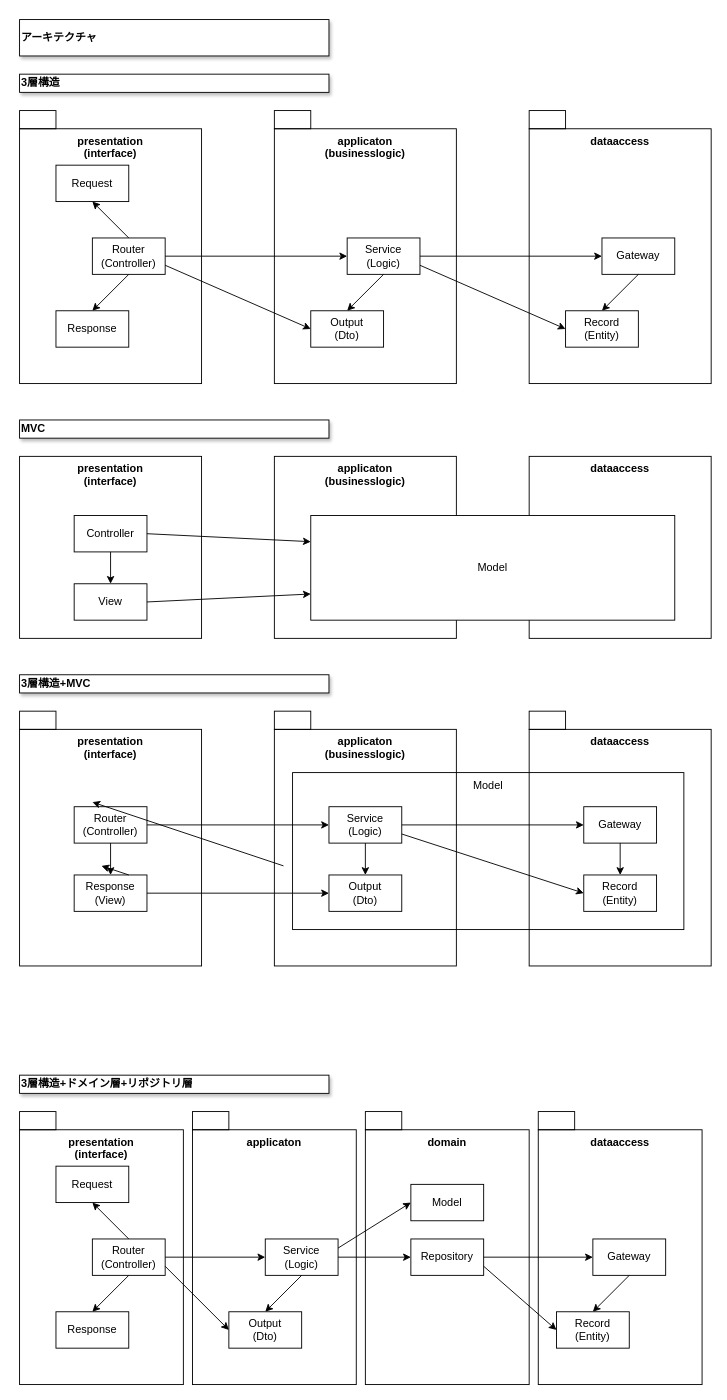
Before: Reversi/docs/100_architecture.drawio in Gunj0/js-memo, a draw.io diagram. Source tidied: cells renumbered, new cells numbered last; positions are measured from the earlier drawing's top-left corner, leaving out a move shared by most shapes. Both pictures are drawn from the tidied source at 91%, with x=0, y=0 at pixel (19, 19).
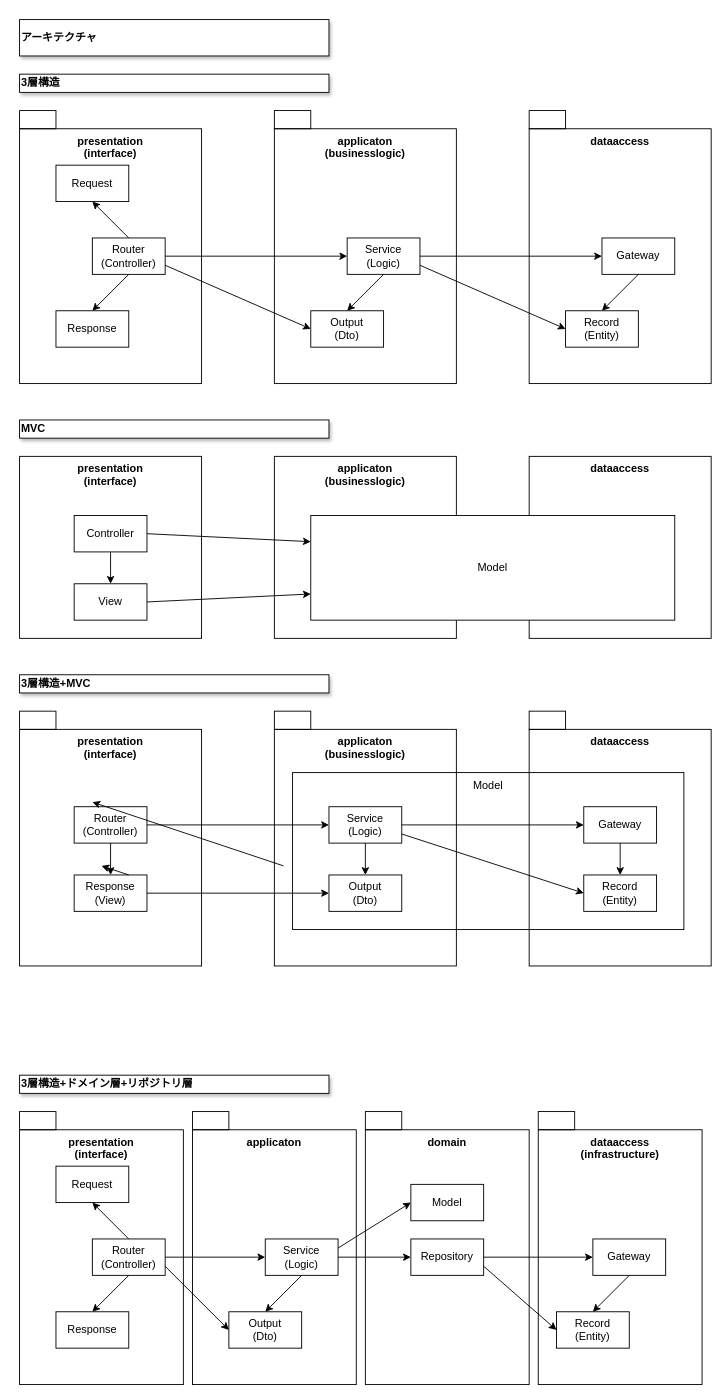
The same diagram, later.

What changed in the source:
```diff
@@
-    <mxCell id="63" value="dataaccess" style="rounded=0;whiteSpace=wrap;html=1;fillColor=none;verticalAlign=top;fontStyle=1;" parent="1" vertex="1">
+    <mxCell id="63" value="dataaccess&lt;br&gt;(infrastructure)" style="rounded=0;whiteSpace=wrap;html=1;fillColor=none;verticalAlign=top;fontStyle=1;" parent="1" vertex="1">
       <mxGeometry x="570" y="1220" width="180" height="280" as="geometry" />
     </mxCell>
```
